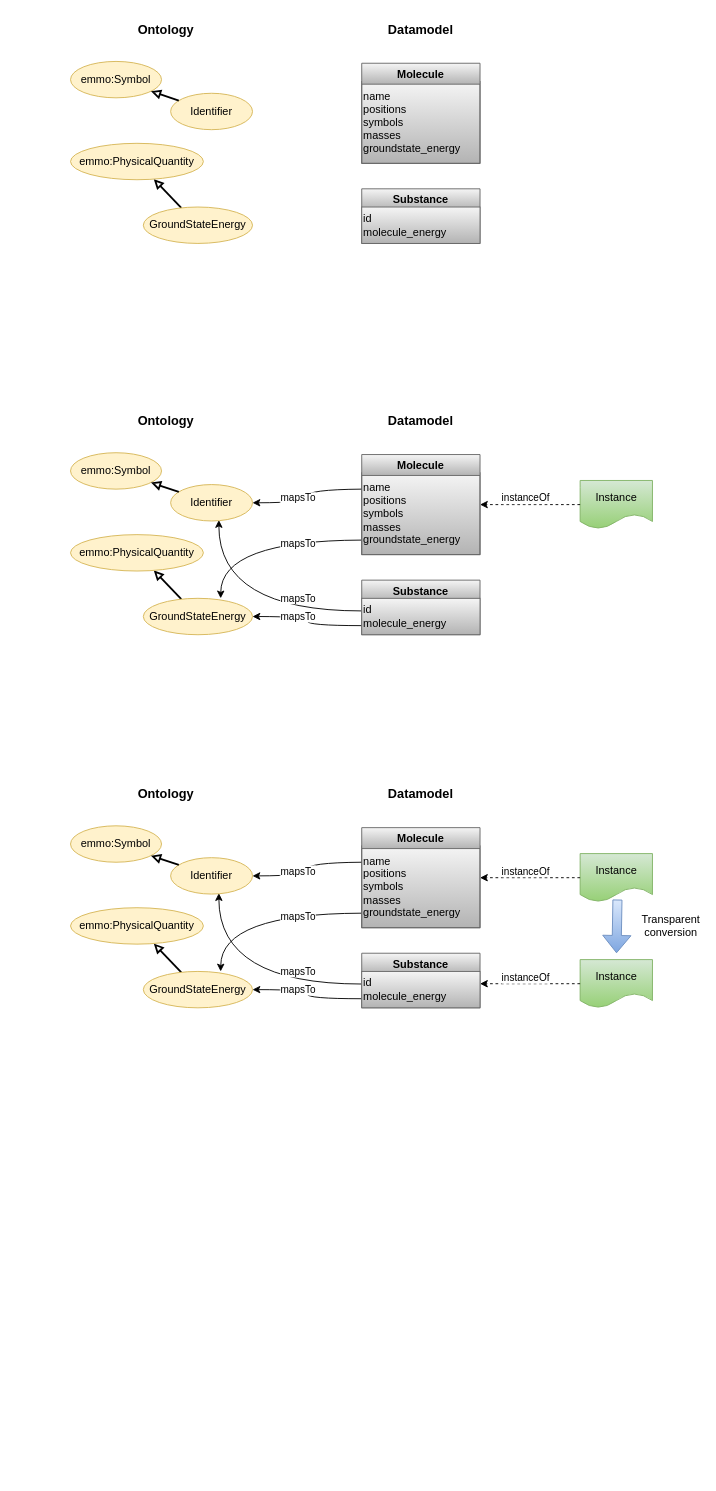
This is page "mappings" (6 of 17) of examples/dehydrogenation/figs/dehydrogenation.drawio from SINTEF/dlite, a draw.io file, before an edit. Source tidied: cells renumbered, new cells numbered last; positions are measured from the earlier drawing's top-left corner, leaving out a move shared by most shapes. Both pictures are drawn from the tidied source at 91%, with x=0, y=0 at pixel (70, 15).
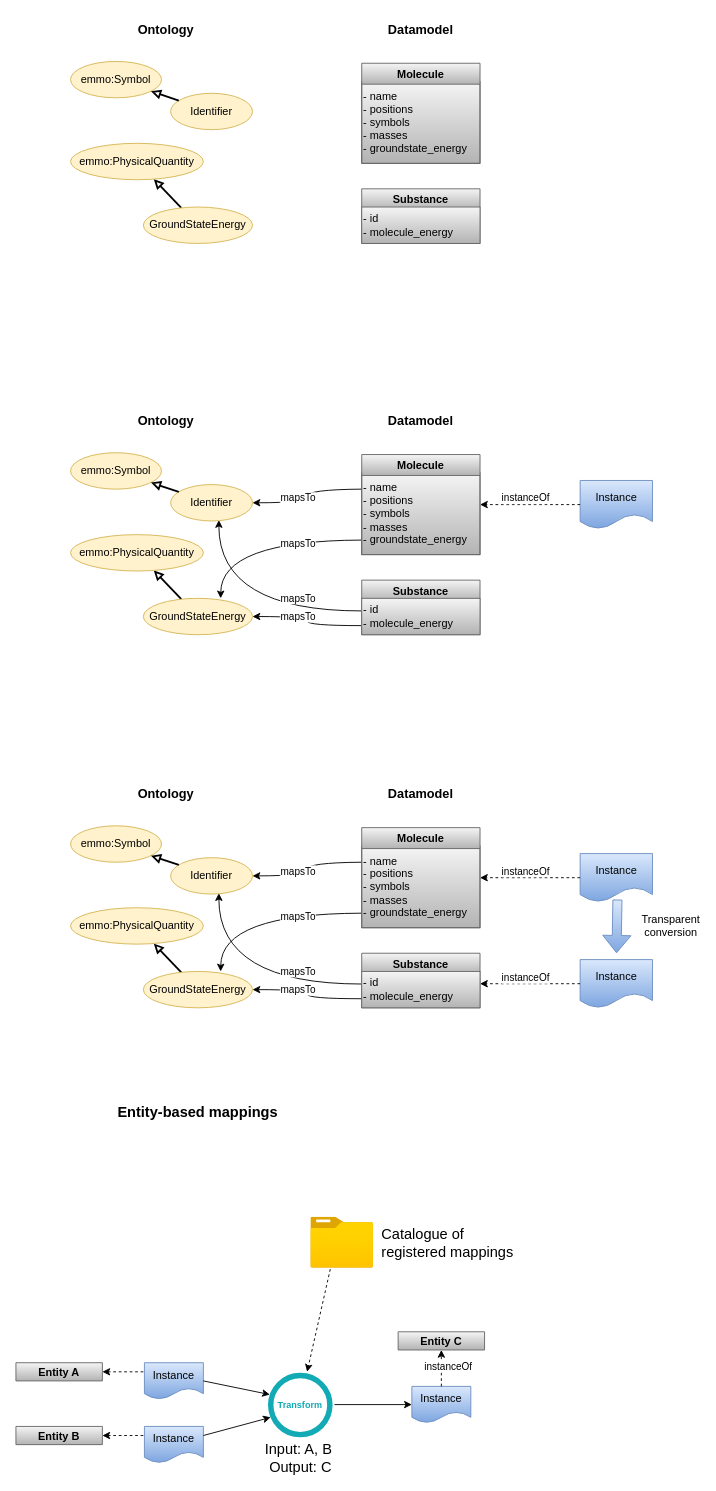
After the change.

The change refers to these unchanged cells:
```xml
<mxCell id="14" value="Substance" style="swimlane;fillColor=#f5f5f5;gradientColor=#b3b3b3;strokeColor=#666666;" parent="1" vertex="1">
  <mxGeometry x="320" y="620" width="130" height="60" as="geometry" />
</mxCell>
<mxCell id="32" value="Substance" style="swimlane;fillColor=#f5f5f5;gradientColor=#b3b3b3;strokeColor=#666666;" parent="1" vertex="1">
  <mxGeometry x="320" y="1030" width="130" height="60" as="geometry" />
</mxCell>
<mxCell id="50" value="Substance" style="swimlane;fillColor=#f5f5f5;gradientColor=#b3b3b3;strokeColor=#666666;" parent="1" vertex="1">
  <mxGeometry x="320" y="190" width="130" height="60" as="geometry" />
</mxCell>
```

Diff of the diagram source:
```diff
@@
-    <mxCell id="6" value="name&lt;br&gt;positions&lt;br&gt;symbols&lt;br&gt;masses&lt;br&gt;groundstate_energy" style="whiteSpace=wrap;html=1;rounded=0;align=left;strokeColor=#666666;fillColor=#f5f5f5;gradientColor=#b3b3b3;" parent="1" vertex="1">
+    <mxCell id="6" value="- name&lt;br&gt;- positions&lt;br&gt;- symbols&lt;br&gt;- masses&lt;br&gt;- groundstate_energy" style="whiteSpace=wrap;html=1;rounded=0;align=left;strokeColor=#666666;fillColor=#f5f5f5;gradientColor=#b3b3b3;" parent="1" vertex="1">
       <mxGeometry x="320" y="502" width="130" height="90" as="geometry" />
     </mxCell>
@@
-    <mxCell id="15" value="id&lt;br&gt;molecule_energy" style="whiteSpace=wrap;html=1;rounded=0;align=left;strokeColor=#666666;fillColor=#f5f5f5;gradientColor=#b3b3b3;" parent="14" vertex="1">
+    <mxCell id="15" value="- id&lt;br&gt;- molecule_energy" style="whiteSpace=wrap;html=1;rounded=0;align=left;strokeColor=#666666;fillColor=#f5f5f5;gradientColor=#b3b3b3;" parent="14" vertex="1">
       <mxGeometry y="20" width="130" height="40" as="geometry" />
     </mxCell>
@@
-    <mxCell id="18" value="Instance" style="shape=document;whiteSpace=wrap;html=1;boundedLbl=1;fillColor=#d5e8d4;strokeColor=#82b366;gradientColor=#97d077;" parent="1" vertex="1">
+    <mxCell id="18" value="Instance" style="shape=document;whiteSpace=wrap;html=1;boundedLbl=1;fillColor=#dae8fc;strokeColor=#6c8ebf;gradientColor=#7ea6e0;" parent="1" vertex="1">
       <mxGeometry x="560" y="510.5" width="79.5" height="53" as="geometry" />
     </mxCell>
@@
-    <mxCell id="24" value="name&lt;br&gt;positions&lt;br&gt;symbols&lt;br&gt;masses&lt;br&gt;groundstate_energy" style="whiteSpace=wrap;html=1;rounded=0;align=left;strokeColor=#666666;fillColor=#f5f5f5;gradientColor=#b3b3b3;" parent="1" vertex="1">
+    <mxCell id="24" value="- name&lt;br&gt;- positions&lt;br&gt;- symbols&lt;br&gt;- masses&lt;br&gt;- groundstate_energy" style="whiteSpace=wrap;html=1;rounded=0;align=left;strokeColor=#666666;fillColor=#f5f5f5;gradientColor=#b3b3b3;" parent="1" vertex="1">
       <mxGeometry x="320" y="912" width="130" height="90" as="geometry" />
     </mxCell>
@@
-    <mxCell id="33" value="id&lt;br&gt;molecule_energy" style="whiteSpace=wrap;html=1;rounded=0;align=left;strokeColor=#666666;fillColor=#f5f5f5;gradientColor=#b3b3b3;" parent="32" vertex="1">
+    <mxCell id="33" value="- id&lt;br&gt;- molecule_energy" style="whiteSpace=wrap;html=1;rounded=0;align=left;strokeColor=#666666;fillColor=#f5f5f5;gradientColor=#b3b3b3;" parent="32" vertex="1">
       <mxGeometry y="20" width="130" height="40" as="geometry" />
     </mxCell>
@@
-    <mxCell id="36" value="Instance" style="shape=document;whiteSpace=wrap;html=1;boundedLbl=1;fillColor=#d5e8d4;strokeColor=#82b366;gradientColor=#97d077;" parent="1" vertex="1">
+    <mxCell id="36" value="Instance" style="shape=document;whiteSpace=wrap;html=1;boundedLbl=1;fillColor=#dae8fc;strokeColor=#6c8ebf;gradientColor=#7ea6e0;" parent="1" vertex="1">
       <mxGeometry x="560" y="920.5" width="79.5" height="53" as="geometry" />
     </mxCell>
@@
-    <mxCell id="38" value="Instance" style="shape=document;whiteSpace=wrap;html=1;boundedLbl=1;fillColor=#d5e8d4;strokeColor=#82b366;gradientColor=#97d077;" parent="1" vertex="1">
+    <mxCell id="38" value="Instance" style="shape=document;whiteSpace=wrap;html=1;boundedLbl=1;fillColor=#dae8fc;strokeColor=#6c8ebf;gradientColor=#7ea6e0;" parent="1" vertex="1">
       <mxGeometry x="560" y="1037" width="79.5" height="53" as="geometry" />
     </mxCell>
@@
-    <mxCell id="45" value="name&lt;br&gt;positions&lt;br&gt;symbols&lt;br&gt;masses&lt;br&gt;groundstate_energy" style="whiteSpace=wrap;html=1;rounded=0;align=left;strokeColor=#666666;fillColor=#f5f5f5;gradientColor=#b3b3b3;" parent="1" vertex="1">
+    <mxCell id="45" value="- name&lt;br&gt;- positions&lt;br&gt;- symbols&lt;br&gt;- masses&lt;br&gt;- groundstate_energy" style="whiteSpace=wrap;html=1;rounded=0;align=left;strokeColor=#666666;fillColor=#f5f5f5;gradientColor=#b3b3b3;" parent="1" vertex="1">
       <mxGeometry x="320" y="72" width="130" height="90" as="geometry" />
     </mxCell>
@@
-    <mxCell id="51" value="id&lt;br&gt;molecule_energy" style="whiteSpace=wrap;html=1;rounded=0;align=left;strokeColor=#666666;fillColor=#f5f5f5;gradientColor=#b3b3b3;" parent="50" vertex="1">
+    <mxCell id="51" value="- id&lt;br&gt;- molecule_energy" style="whiteSpace=wrap;html=1;rounded=0;align=left;strokeColor=#666666;fillColor=#f5f5f5;gradientColor=#b3b3b3;" parent="50" vertex="1">
       <mxGeometry y="20" width="130" height="40" as="geometry" />
     </mxCell>
@@
+    <mxCell id="54" value="Entity C" style="swimlane;fillColor=#f5f5f5;gradientColor=#b3b3b3;strokeColor=#666666;" parent="1" vertex="1">
+      <mxGeometry x="360" y="1446" width="95" height="20" as="geometry" />
+    </mxCell>
+    <mxCell id="55" value="&lt;b&gt;&lt;font style=&quot;font-size: 16px&quot;&gt;Entity-based mappings&lt;/font&gt;&lt;/b&gt;" style="text;html=1;strokeColor=none;fillColor=none;align=center;verticalAlign=middle;whiteSpace=wrap;rounded=0;" parent="1" vertex="1">
+      <mxGeometry x="50" y="1190" width="180" height="30" as="geometry" />
+    </mxCell>
+    <mxCell id="56" value="Instance" style="shape=document;whiteSpace=wrap;html=1;boundedLbl=1;fillColor=#dae8fc;strokeColor=#6c8ebf;gradientColor=#7ea6e0;" parent="1" vertex="1">
+      <mxGeometry x="375.1" y="1506" width="64.8" height="40" as="geometry" />
+    </mxCell>
+    <mxCell id="57" value="Transform" style="shape=ellipse;strokeWidth=6;strokeColor=#12AAB5;fontSize=10;html=0;fontStyle=1;fontColor=#12AAB5;" parent="1" vertex="1">
+      <mxGeometry x="220" y="1494" width="65" height="65" as="geometry" />
+    </mxCell>
+    <mxCell id="58" value="instanceOf" style="endArrow=classic;html=1;rounded=0;exitX=0.5;exitY=0;exitDx=0;exitDy=0;entryX=0.5;entryY=1;entryDx=0;entryDy=0;dashed=1;" parent="1" edge="1" source="56" target="54">
+      <mxGeometry x="0.09" y="-7" relative="1" as="geometry" />
+    </mxCell>
+    <mxCell id="59" value="Entity A" style="swimlane;fillColor=#f5f5f5;gradientColor=#b3b3b3;strokeColor=#666666;" parent="1" vertex="1">
+      <mxGeometry x="-60" y="1480" width="95" height="20" as="geometry" />
+    </mxCell>
+    <mxCell id="60" value="Instance" style="shape=document;whiteSpace=wrap;html=1;boundedLbl=1;fillColor=#dae8fc;strokeColor=#6c8ebf;gradientColor=#7ea6e0;" parent="1" vertex="1">
+      <mxGeometry x="81.2" y="1480" width="64.8" height="40" as="geometry" />
+    </mxCell>
+    <mxCell id="61" style="endArrow=classic;html=1;rounded=0;entryX=1;entryY=0.5;entryDx=0;entryDy=0;dashed=1;" parent="1" edge="1" target="59">
+      <mxGeometry x="0.09" y="-7" relative="1" as="geometry">
+        <mxPoint x="80" y="1490" as="sourcePoint" />
+      </mxGeometry>
+    </mxCell>
+    <mxCell id="62" value="Entity B" style="swimlane;fillColor=#f5f5f5;gradientColor=#b3b3b3;strokeColor=#666666;" parent="1" vertex="1">
+      <mxGeometry x="-60" y="1550" width="95" height="20" as="geometry" />
+    </mxCell>
+    <mxCell id="63" value="Instance" style="shape=document;whiteSpace=wrap;html=1;boundedLbl=1;fillColor=#dae8fc;strokeColor=#6c8ebf;gradientColor=#7ea6e0;" parent="1" vertex="1">
+      <mxGeometry x="81.2" y="1550" width="64.8" height="40" as="geometry" />
+    </mxCell>
+    <mxCell id="64" style="endArrow=classic;html=1;rounded=0;entryX=1;entryY=0.5;entryDx=0;entryDy=0;dashed=1;" parent="1" edge="1" target="62">
+      <mxGeometry x="0.09" y="-7" relative="1" as="geometry">
+        <mxPoint x="80" y="1560" as="sourcePoint" />
+      </mxGeometry>
+    </mxCell>
+    <mxCell id="65" style="endArrow=classic;html=1;rounded=0;fontSize=16;exitX=1;exitY=0.5;exitDx=0;exitDy=0;entryX=-0.015;entryY=0.323;entryDx=0;entryDy=0;entryPerimeter=0;" parent="1" edge="1" source="60" target="57">
+      <mxGeometry relative="1" as="geometry" />
+    </mxCell>
+    <mxCell id="66" style="endArrow=classic;html=1;rounded=0;fontSize=16;exitX=1;exitY=0.25;exitDx=0;exitDy=0;entryX=0;entryY=0.708;entryDx=0;entryDy=0;entryPerimeter=0;" parent="1" edge="1" source="63" target="57">
+      <mxGeometry relative="1" as="geometry" />
+    </mxCell>
+    <mxCell id="67" style="endArrow=classic;html=1;rounded=0;fontSize=16;entryX=0;entryY=0.5;entryDx=0;entryDy=0;" parent="1" edge="1" target="56">
+      <mxGeometry relative="1" as="geometry">
+        <mxPoint x="290" y="1526" as="sourcePoint" />
+      </mxGeometry>
+    </mxCell>
+    <mxCell id="68" value="Input: A, B&amp;nbsp;&lt;br&gt;Output: C" style="text;html=1;strokeColor=none;fillColor=none;align=center;verticalAlign=middle;whiteSpace=wrap;rounded=0;fontSize=16;" parent="1" vertex="1">
+      <mxGeometry x="202.5" y="1570" width="100" height="30" as="geometry" />
+    </mxCell>
+    <mxCell id="69" style="html=1;points=[];align=center;image;fontSize=12;image=img/lib/azure2/general/Folder_Blank.svg;" parent="1" vertex="1">
+      <mxGeometry x="264" y="1320" width="69" height="56" as="geometry" />
+    </mxCell>
+    <mxCell id="70" style="endArrow=classic;html=1;rounded=0;fontSize=16;exitX=0.311;exitY=1.02;exitDx=0;exitDy=0;exitPerimeter=0;dashed=1;" parent="1" edge="1" source="69">
+      <mxGeometry relative="1" as="geometry">
+        <mxPoint x="260" y="1490" as="targetPoint" />
+      </mxGeometry>
+    </mxCell>
+    <mxCell id="71" value="Catalogue of registered mappings" style="text;html=1;strokeColor=none;fillColor=none;align=left;verticalAlign=middle;whiteSpace=wrap;rounded=0;fontSize=16;" parent="1" vertex="1">
+      <mxGeometry x="340" y="1333" width="160" height="30" as="geometry" />
+    </mxCell>
```
